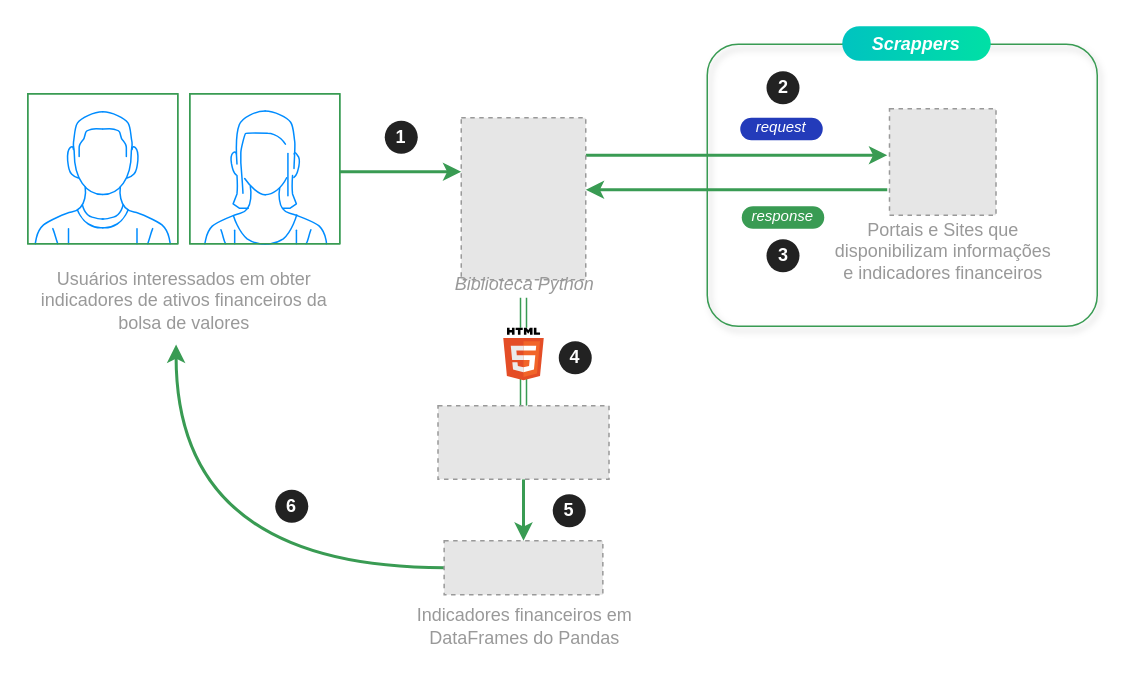
This is docs/assets/diagrams/pynvest-diagram.drawio from ThiagoPanini/pynvest, a draw.io file, before an edit. Source tidied: cells renumbered, new cells numbered last; positions are measured from the earlier drawing's top-left corner, leaving out a move shared by most shapes. Both pictures are drawn from the tidied source at 150%, with x=0, y=0 at pixel (26, 26). Pictures stored in the file or linked from it are replaced by grey dashed boxes.
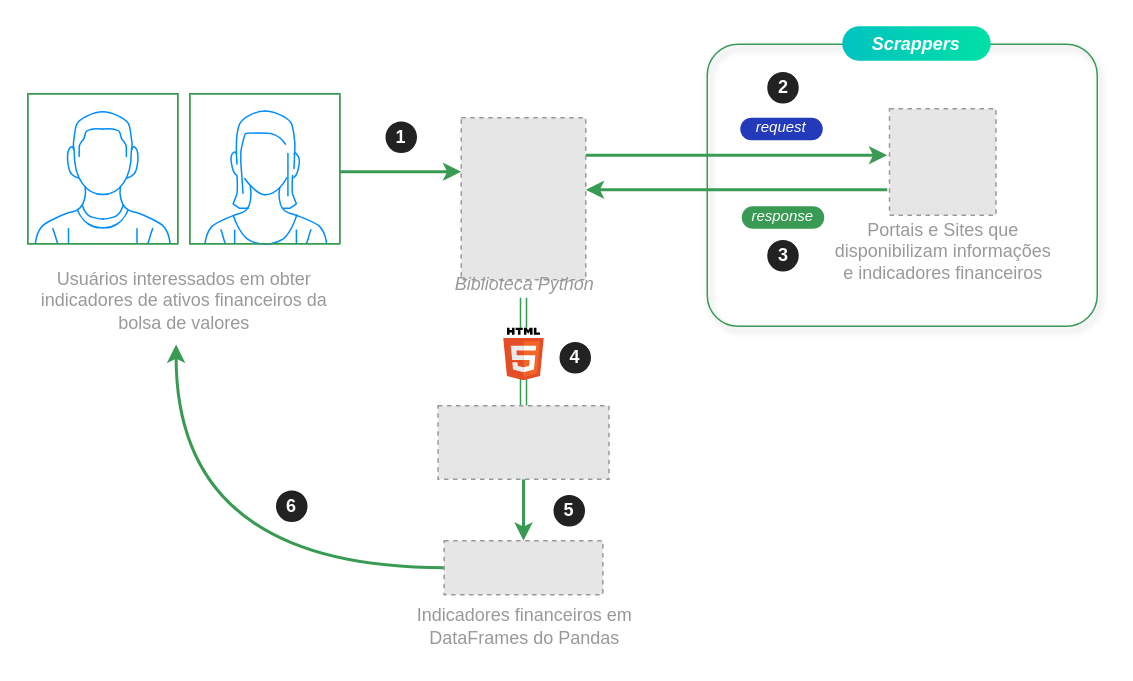
The same diagram, later.

What changed in the source:
```diff
@@
-    <mxCell id="24" value="&lt;b&gt;1&lt;/b&gt;" style="ellipse;whiteSpace=wrap;html=1;fillColor=#222222;strokeColor=none;fontColor=#FFFFFF;" parent="1" vertex="1">
+    <mxCell id="24" value="&lt;b&gt;1&lt;/b&gt;" style="ellipse;whiteSpace=wrap;html=1;fillColor=#222222;strokeColor=#FFFFFF;fontColor=#FFFFFF;" parent="1" vertex="1">
       <mxGeometry x="239" y="63" width="22" height="22" as="geometry" />
     </mxCell>
-    <mxCell id="25" value="&lt;b&gt;2&lt;/b&gt;" style="ellipse;whiteSpace=wrap;html=1;fillColor=#222222;strokeColor=none;fontColor=#FFFFFF;" parent="1" vertex="1">
+    <mxCell id="25" value="&lt;b&gt;2&lt;/b&gt;" style="ellipse;whiteSpace=wrap;html=1;fillColor=#222222;strokeColor=#FFFFFF;fontColor=#FFFFFF;" parent="1" vertex="1">
       <mxGeometry x="493.5" y="30" width="22" height="22" as="geometry" />
     </mxCell>
-    <mxCell id="26" value="&lt;b&gt;3&lt;/b&gt;" style="ellipse;whiteSpace=wrap;html=1;fillColor=#222222;strokeColor=none;fontColor=#FFFFFF;" parent="1" vertex="1">
+    <mxCell id="26" value="&lt;b&gt;3&lt;/b&gt;" style="ellipse;whiteSpace=wrap;html=1;fillColor=#222222;strokeColor=#FFFFFF;fontColor=#FFFFFF;" parent="1" vertex="1">
       <mxGeometry x="493.5" y="142" width="22" height="22" as="geometry" />
     </mxCell>
-    <mxCell id="27" value="&lt;b&gt;4&lt;/b&gt;" style="ellipse;whiteSpace=wrap;html=1;fillColor=#222222;strokeColor=none;fontColor=#FFFFFF;" parent="1" vertex="1">
+    <mxCell id="27" value="&lt;b&gt;4&lt;/b&gt;" style="ellipse;whiteSpace=wrap;html=1;fillColor=#222222;strokeColor=#FFFFFF;fontColor=#FFFFFF;" parent="1" vertex="1">
       <mxGeometry x="355" y="210" width="22" height="22" as="geometry" />
     </mxCell>
-    <mxCell id="28" value="&lt;b&gt;5&lt;/b&gt;" style="ellipse;whiteSpace=wrap;html=1;fillColor=#222222;strokeColor=none;fontColor=#FFFFFF;" parent="1" vertex="1">
+    <mxCell id="28" value="&lt;b&gt;5&lt;/b&gt;" style="ellipse;whiteSpace=wrap;html=1;fillColor=#222222;strokeColor=#FFFFFF;fontColor=#FFFFFF;" parent="1" vertex="1">
       <mxGeometry x="351" y="312" width="22" height="22" as="geometry" />
     </mxCell>
-    <mxCell id="29" value="&lt;b&gt;6&lt;/b&gt;" style="ellipse;whiteSpace=wrap;html=1;fillColor=#222222;strokeColor=none;fontColor=#FFFFFF;" parent="1" vertex="1">
+    <mxCell id="29" value="&lt;b&gt;6&lt;/b&gt;" style="ellipse;whiteSpace=wrap;html=1;fillColor=#222222;strokeColor=#FFFFFF;fontColor=#FFFFFF;" parent="1" vertex="1">
       <mxGeometry x="166" y="309" width="22" height="22" as="geometry" />
     </mxCell>
```
